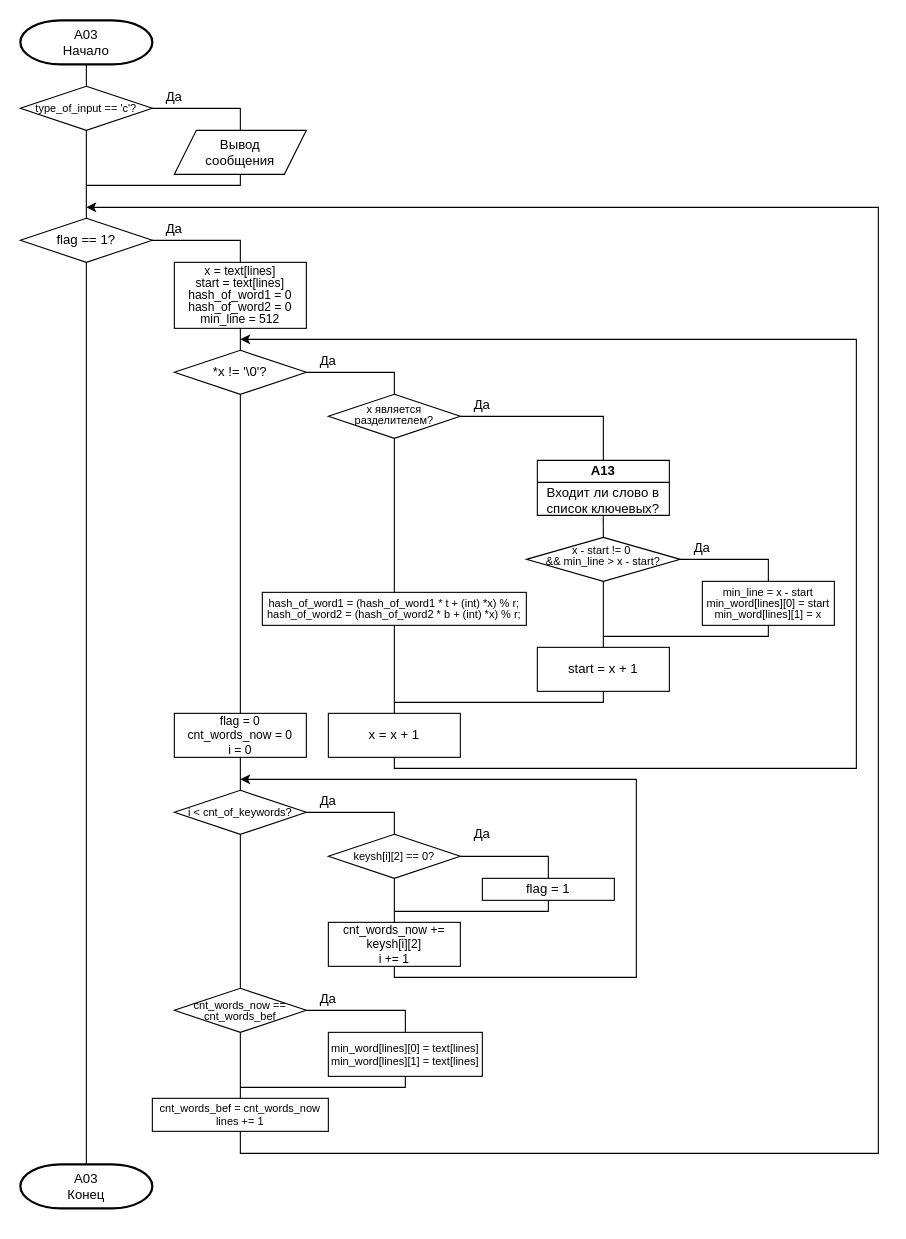
This is page "A03" (4 of 7) of images/Схема алгоритма.drawio from DexTver/course_work, a draw.io file, before an edit. Source tidied: cells renumbered, new cells numbered last; positions are measured from the earlier drawing's top-left corner, leaving out a move shared by most shapes. Both pictures are drawn from the tidied source at 110%, with x=0, y=0 at pixel (20, 20).
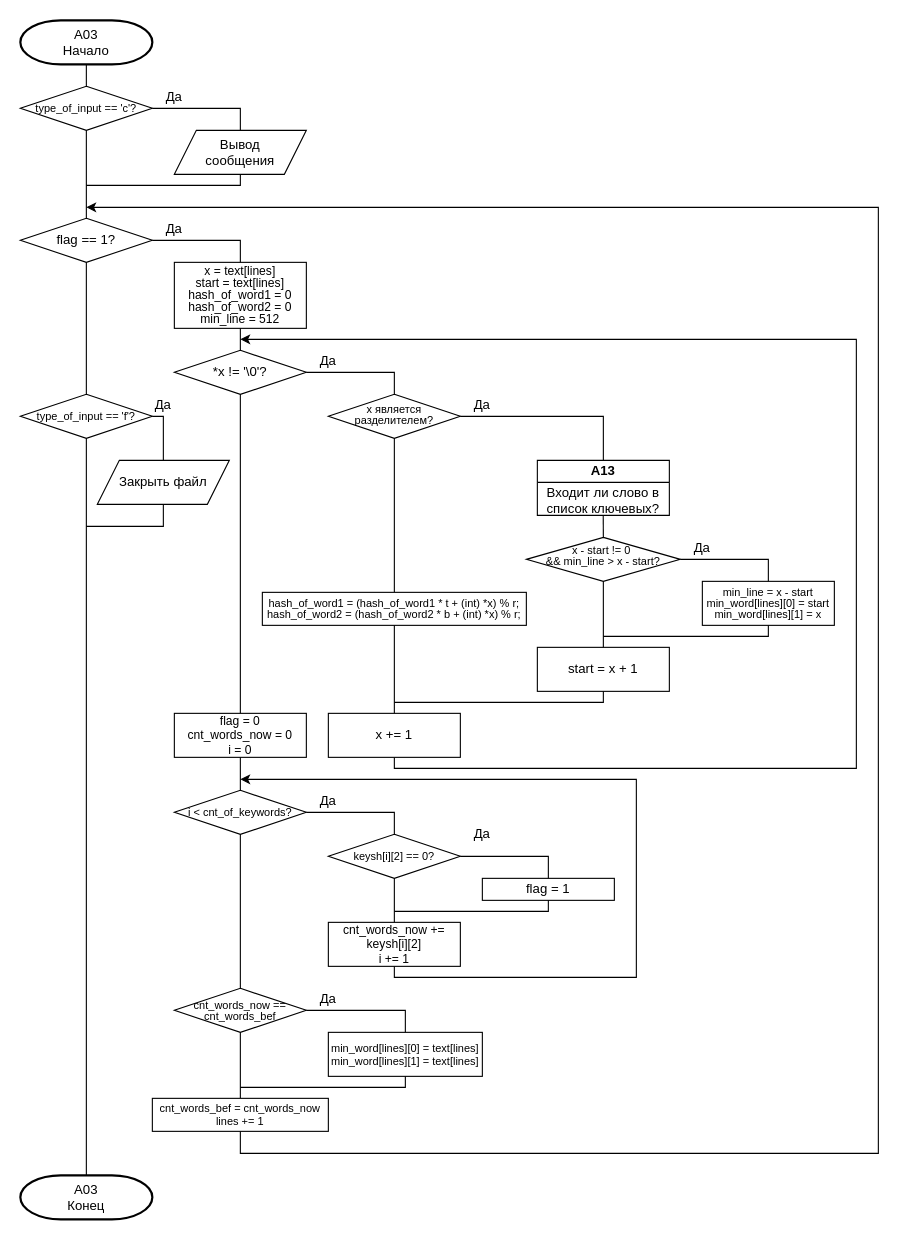
The same page after the edit.

Unchanged cells that the change refers to:
```xml
<mxCell id="9" value="flag == 1?" style="strokeWidth=1;html=1;shape=mxgraph.flowchart.decision;whiteSpace=wrap;" parent="1" vertex="1">
  <mxGeometry y="180" width="120" height="40" as="geometry" />
</mxCell>
```

Diff of the diagram source:
```diff
@@
-    <mxCell id="30" value="x = x + 1" style="rounded=0;whiteSpace=wrap;html=1;" parent="1" vertex="1">
+    <mxCell id="30" value="x += 1" style="rounded=0;whiteSpace=wrap;html=1;" parent="1" vertex="1">
       <mxGeometry x="280" y="630" width="120" height="40" as="geometry" />
     </mxCell>
@@
     <mxCell id="60" value="A03&lt;br&gt;Конец" style="strokeWidth=2;html=1;shape=mxgraph.flowchart.terminator;whiteSpace=wrap;" parent="1" vertex="1">
-      <mxGeometry y="1040" width="120" height="40" as="geometry" />
+      <mxGeometry y="1050" width="120" height="40" as="geometry" />
     </mxCell>
-    <mxCell id="61" style="endArrow=none;html=1;rounded=0;entryX=0.5;entryY=1;entryDx=0;entryDy=0;entryPerimeter=0;exitX=0.5;exitY=0;exitDx=0;exitDy=0;exitPerimeter=0;" parent="1" edge="1" source="60" target="9">
-      <mxGeometry relative="1" as="geometry" />
-    </mxCell>
+    <mxCell id="62" value="Закрыть файл" style="shape=parallelogram;perimeter=parallelogramPerimeter;whiteSpace=wrap;html=1;fixedSize=1;" parent="1" vertex="1">
+      <mxGeometry x="70" y="400" width="120" height="40" as="geometry" />
+    </mxCell>
+    <mxCell id="63" value="type_of_input == 'f'?" style="strokeWidth=1;html=1;shape=mxgraph.flowchart.decision;whiteSpace=wrap;fontSize=10;" parent="1" vertex="1">
+      <mxGeometry y="340" width="120" height="40" as="geometry" />
+    </mxCell>
+    <mxCell id="64" style="endArrow=none;html=1;rounded=0;entryX=0.5;entryY=1;entryDx=0;entryDy=0;entryPerimeter=0;exitX=0.5;exitY=0;exitDx=0;exitDy=0;exitPerimeter=0;" parent="1" edge="1" source="63" target="9">
+      <mxGeometry relative="1" as="geometry" />
+    </mxCell>
+    <mxCell id="65" style="endArrow=none;html=1;rounded=0;entryX=1;entryY=0.5;entryDx=0;entryDy=0;entryPerimeter=0;exitX=0.5;exitY=0;exitDx=0;exitDy=0;" parent="1" edge="1" source="62" target="63">
+      <mxGeometry relative="1" as="geometry">
+        <Array as="points">
+          <mxPoint x="130" y="360" />
+        </Array>
+      </mxGeometry>
+    </mxCell>
+    <mxCell id="66" value="Да" style="text;html=1;strokeColor=none;fillColor=none;align=center;verticalAlign=middle;whiteSpace=wrap;rounded=0;" parent="1" vertex="1">
+      <mxGeometry x="100" y="335" width="60" height="30" as="geometry" />
+    </mxCell>
+    <mxCell id="67" style="endArrow=none;html=1;rounded=0;entryX=0.5;entryY=1;entryDx=0;entryDy=0;entryPerimeter=0;exitX=0.5;exitY=0;exitDx=0;exitDy=0;exitPerimeter=0;" parent="1" edge="1" source="60" target="63">
+      <mxGeometry relative="1" as="geometry" />
+    </mxCell>
+    <mxCell id="68" style="endArrow=none;html=1;rounded=0;entryX=0.5;entryY=1;entryDx=0;entryDy=0;" parent="1" edge="1" target="62">
+      <mxGeometry relative="1" as="geometry">
+        <mxPoint x="60" y="460" as="sourcePoint" />
+        <Array as="points">
+          <mxPoint x="130" y="460" />
+        </Array>
+      </mxGeometry>
+    </mxCell>
```
